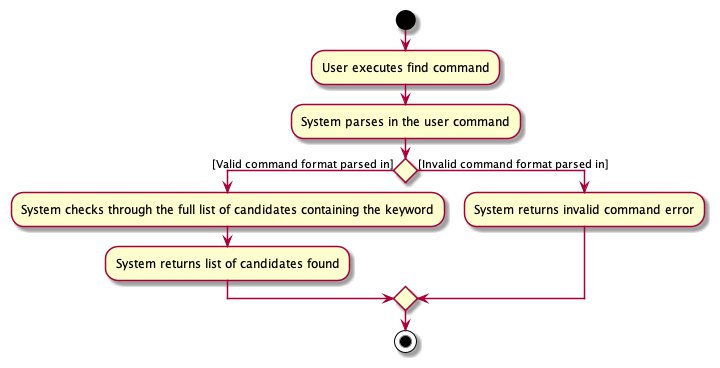
Before: docs/images/FindActivityDiagram.png, a diagram exported from PlantUML (nus-cs2103-AY2122S2/tp).
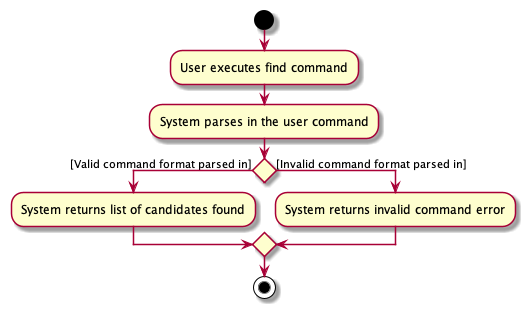
Later version of the same file.

Commit message:
Update sequence diagram for sort command

Diff of the diagram source:
```diff
@@ -4,7 +4,6 @@
 :User executes find command;
 :System parses in the user command;
 if () then ([Valid command format parsed in])
-  :System checks through the full list of candidates containing the keyword;
   :System returns list of candidates found;
 else ([Invalid command format parsed in])
   :System returns invalid command error;
```
